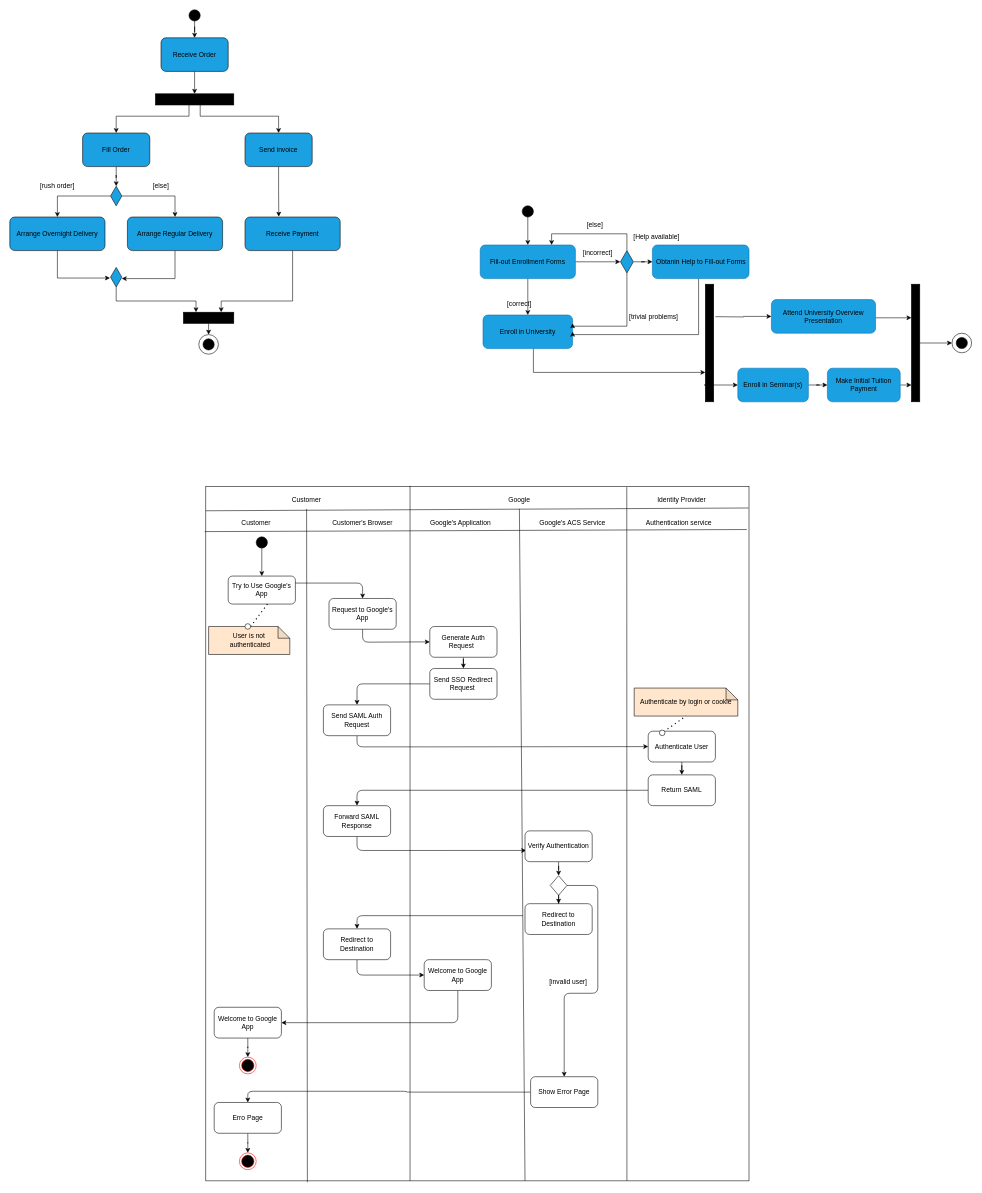
Manh-Truong/Draw.io keeps this draw.io diagram as Untitled Diagram.drawio. Above is the earlier version. Source tidied: cells renumbered, new cells numbered last; positions are measured from the earlier drawing's top-left corner, leaving out a move shared by most shapes. Both pictures are drawn from the tidied source at 56%, with x=0, y=0 at pixel (10, 10).
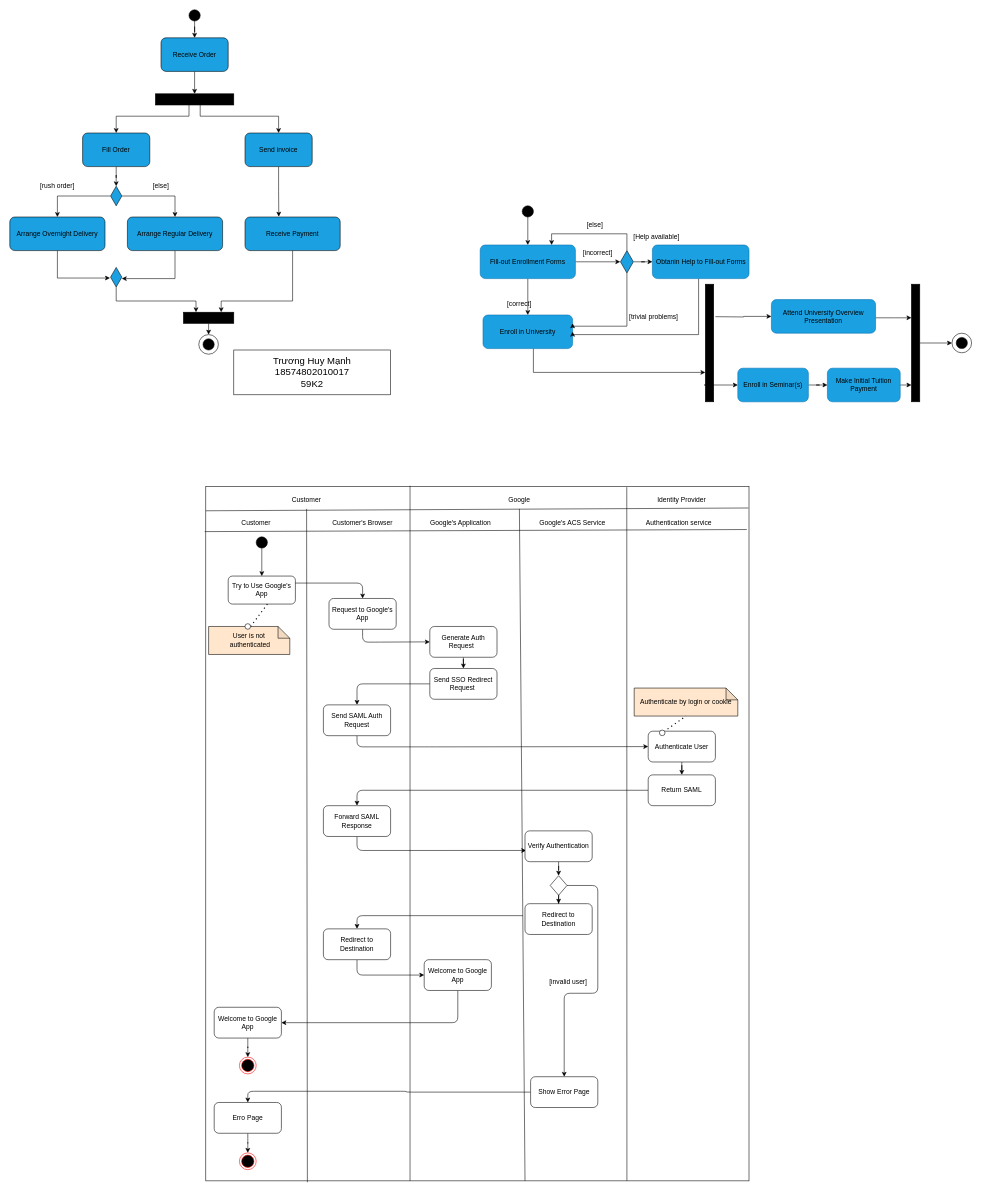
The same page after the edit.

Diff of the diagram source:
```diff
@@
+    <mxCell id="120" value="&lt;font style=&quot;font-size: 17px&quot;&gt;Trương Huy Mạnh&lt;br&gt;18574802010017&lt;br&gt;59K2&lt;/font&gt;" style="rounded=0;whiteSpace=wrap;html=1;" parent="1" vertex="1">
+      <mxGeometry x="400" y="607.5" width="280" height="80" as="geometry" />
+    </mxCell>
```
